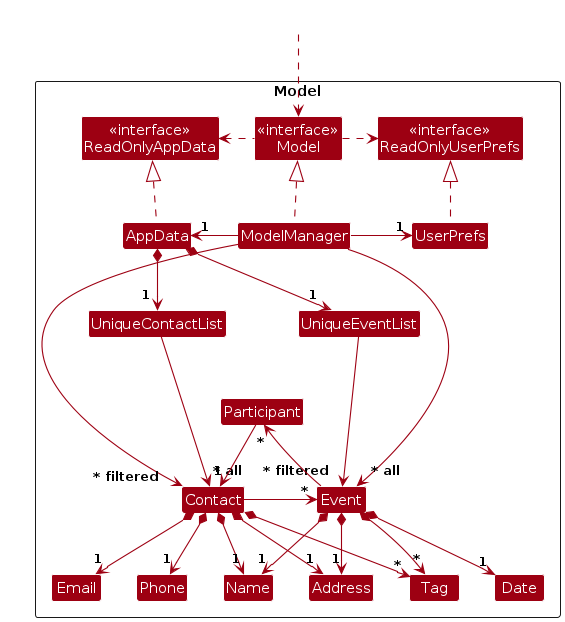
Above: diagrams/ModelClassDiagram.png in CZX123/tp (PlantUML), before the change. Its source is kept beside it as diagrams/ModelClassDiagram.puml.
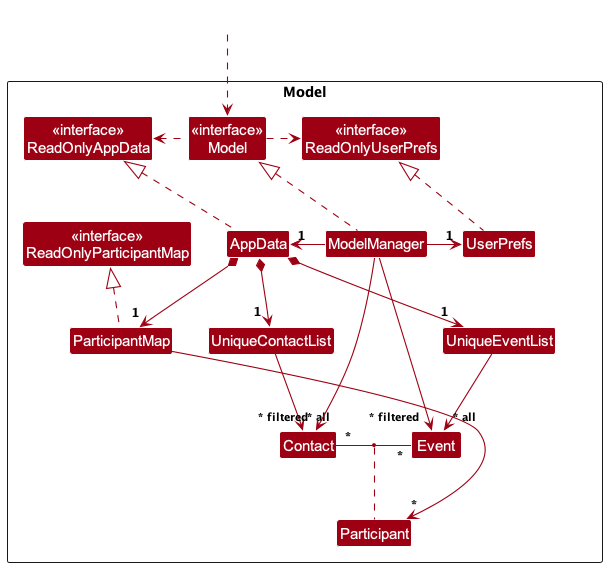
The same diagram one commit later.

Change to the diagram source:
```diff
@@ -9,6 +9,7 @@
 Class "<<interface>>\nReadOnlyAppData" as ReadOnlyAppData
 Class "<<interface>>\nReadOnlyUserPrefs" as ReadOnlyUserPrefs
 Class "<<interface>>\nModel" as Model
+Class "<<interface>>\nReadOnlyParticipantMap" as ReadOnlyParticipantMap
 Class AppData
 Class ModelManager
 Class UserPrefs
@@ -17,15 +18,10 @@
 Class UniqueEventList
 Class Contact
 Class Event
-Class Email
-Class Phone
-Class Address
-Class Name
-Class Tag
-Class Date
 Class Participant
+Class ParticipantMap
 
-Class I #FFFFFF
+Class _____________ #FFFFFF
 
 }
 
@@ -38,37 +34,21 @@
 AppData .up.|> ReadOnlyAppData
 ModelManager .up.|> Model
 UserPrefs .up.|> ReadOnlyUserPrefs
+ParticipantMap .up[norank].|> ReadOnlyParticipantMap
+ReadOnlyParticipantMap -right[hidden]- AppData
 
+AppData *--> "1 " ParticipantMap
 AppData *--> "1 " UniqueContactList
-UniqueContactList --> "~* all" Contact : ""
-ModelManager -down[norank]-> "~* filtered   " Contact
+UniqueContactList --> "<size:11>~* all" Contact : ""
+ModelManager -down-> "<size:11>~* filtered" Contact
 AppData *--[norank]> "1" UniqueEventList
-UniqueEventList --> "     ~* filtered" Event
-ModelManager -down[norank]-> "~* all   " Event
+UniqueEventList --> "<size:11>~* all" Event
+ModelManager -down-> "<size:11>~* filtered" Event
 
-Participant -down-> "1" Contact
-Participant "~*" <-down- Event
-Participant <-down[hidden]- Event
+Contact "*" - "*" Event
+(Contact, Event) .. Participant
+ParticipantMap -[norank]-> "~*" Participant
 
-Contact *--> "1" Email
-Contact *--> "1" Phone
-Contact *--> "1" Address
-Contact *-[norank]-> "1" Name
-Contact *--> "~*" Tag
-Contact -right-> "~*" Event
-Event *--> "1" Address
-Event *--> "1" Date
-Event *--> "~*" Tag
-Event *-[norank]-> "1" Name
-
-ModelManager -down[hidden]- UniqueEventList
-UniqueContactList -down[hidden]- Participant
-UniqueEventList -down[hidden]- Participant
-ModelManager -down[hidden]-> Participant
-ModelManager -down[hidden]-> Participant
-ModelManager -down[hidden]-> Contact
-ModelManager -down[hidden]- Tag
-UserPrefs -[hidden]-- I
-Email -[hidden]right- Phone
-Phone -[hidden]right- Name
+UserPrefs -down[hidden]- UniqueEventList
+ParticipantMap -right[hidden]- UniqueContactList
 @enduml
```
